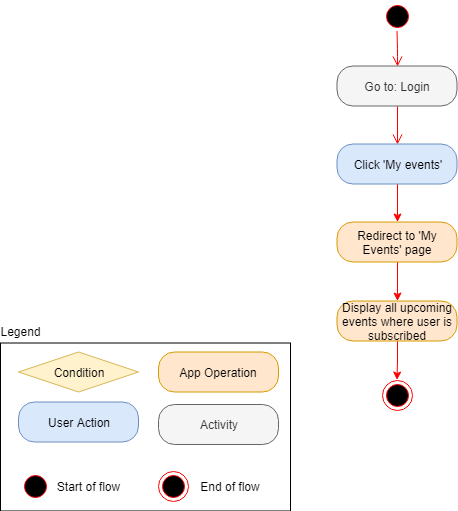
Earlier version of the draw.io export Documentation/Diagrams/Activity Diagram/Screenshots/Event Tracker - Activity Diagram - View My Events.png (Evdes/EventTracker). Source tidied: cells renumbered, new cells last; positions are measured from the earlier drawing's top-left corner, leaving out a move shared by most shapes. Source of this version:
```xml
<mxGraphModel>
  <root>
    <mxCell id="0" />
    <mxCell id="1" parent="0" />
    <mxCell id="2" value="Go to: Login" style="rounded=1;whiteSpace=wrap;html=1;arcSize=40;fontColor=#333333;fillColor=#f5f5f5;strokeColor=#666666;" parent="1" vertex="1">
      <mxGeometry x="336.5" y="64.5" width="120" height="40" as="geometry" />
    </mxCell>
    <mxCell id="3" style="edgeStyle=orthogonalEdgeStyle;html=1;align=left;verticalAlign=top;endArrow=open;endSize=8;strokeColor=#ff0000;entryX=0.5;entryY=0;entryDx=0;entryDy=0;exitX=0.5;exitY=1;exitDx=0;exitDy=0;" parent="1" edge="1" source="2" target="5">
      <mxGeometry x="-0.43" y="15" relative="1" as="geometry" />
    </mxCell>
    <mxCell id="4" style="edgeStyle=orthogonalEdgeStyle;rounded=0;jettySize=auto;html=1;strokeColor=#FF0000;" parent="1" edge="1" source="5" target="7">
      <mxGeometry relative="1" as="geometry" />
    </mxCell>
    <mxCell id="5" value="Click 'My events'" style="rounded=1;whiteSpace=wrap;html=1;arcSize=40;fillColor=#dae8fc;strokeColor=#6c8ebf;" parent="1" vertex="1">
      <mxGeometry x="336.5" y="142.5" width="120" height="40" as="geometry" />
    </mxCell>
    <mxCell id="6" style="edgeStyle=orthogonalEdgeStyle;rounded=0;jettySize=auto;html=1;strokeColor=#FF0000;" parent="1" edge="1" source="7" target="9">
      <mxGeometry relative="1" as="geometry" />
    </mxCell>
    <mxCell id="7" value="Redirect to 'My Events' page" style="rounded=1;whiteSpace=wrap;html=1;arcSize=40;fillColor=#ffe6cc;strokeColor=#d79b00;" parent="1" vertex="1">
      <mxGeometry x="336.5" y="220.5" width="120" height="40" as="geometry" />
    </mxCell>
    <mxCell id="8" style="edgeStyle=orthogonalEdgeStyle;rounded=0;jettySize=auto;html=1;strokeColor=#FF0000;" parent="1" edge="1" source="9" target="12">
      <mxGeometry relative="1" as="geometry" />
    </mxCell>
    <mxCell id="9" value="Display all upcoming events where user is subscribed" style="rounded=1;whiteSpace=wrap;html=1;arcSize=40;fillColor=#ffe6cc;strokeColor=#d79b00;" parent="1" vertex="1">
      <mxGeometry x="336.5" y="299.5" width="120" height="40" as="geometry" />
    </mxCell>
    <mxCell id="10" style="ellipse;html=1;shape=startState;fillColor=#000000;strokeColor=#ff0000;" parent="1" vertex="1">
      <mxGeometry x="381.5" y="-0.5" width="30" height="30" as="geometry" />
    </mxCell>
    <mxCell id="11" style="edgeStyle=orthogonalEdgeStyle;html=1;verticalAlign=bottom;endArrow=open;endSize=8;strokeColor=#ff0000;entryX=0.5;entryY=0;entryDx=0;entryDy=0;" parent="1" edge="1" source="10" target="2">
      <mxGeometry relative="1" as="geometry" />
    </mxCell>
    <mxCell id="12" style="ellipse;html=1;shape=endState;fillColor=#000000;strokeColor=#ff0000;" parent="1" vertex="1">
      <mxGeometry x="381.5" y="378.5" width="30" height="30" as="geometry" />
    </mxCell>
    <mxCell id="13" style="rounded=0;whiteSpace=wrap;html=1;fillColor=none;" parent="1" vertex="1">
      <mxGeometry y="341.5" width="290" height="168" as="geometry" />
    </mxCell>
    <mxCell id="14" value="User Action" style="rounded=1;whiteSpace=wrap;html=1;arcSize=40;fillColor=#dae8fc;strokeColor=#6c8ebf;" parent="1" vertex="1">
      <mxGeometry x="18" y="400.5" width="120" height="40" as="geometry" />
    </mxCell>
    <mxCell id="15" value="Legend" style="text;html=1;strokeColor=none;fillColor=none;align=center;verticalAlign=middle;whiteSpace=wrap;rounded=0;" parent="1" vertex="1">
      <mxGeometry y="319.5" width="40" height="20" as="geometry" />
    </mxCell>
    <mxCell id="16" value="Activity" style="rounded=1;whiteSpace=wrap;html=1;arcSize=40;fillColor=#f5f5f5;strokeColor=#666666;fontColor=#333333;" parent="1" vertex="1">
      <mxGeometry x="158" y="403" width="120" height="40" as="geometry" />
    </mxCell>
    <mxCell id="17" value="Condition" style="rhombus;whiteSpace=wrap;html=1;fillColor=#fff2cc;strokeColor=#d6b656;" parent="1" vertex="1">
      <mxGeometry x="18" y="350.5" width="120" height="40" as="geometry" />
    </mxCell>
    <mxCell id="18" value="App Operation" style="rounded=1;whiteSpace=wrap;html=1;arcSize=40;fillColor=#ffe6cc;strokeColor=#d79b00;" parent="1" vertex="1">
      <mxGeometry x="158" y="350.5" width="120" height="40" as="geometry" />
    </mxCell>
    <mxCell id="19" style="ellipse;html=1;shape=startState;fillColor=#000000;strokeColor=#ff0000;" parent="1" vertex="1">
      <mxGeometry x="20" y="469.5" width="30" height="30" as="geometry" />
    </mxCell>
    <mxCell id="20" style="ellipse;html=1;shape=endState;fillColor=#000000;strokeColor=#ff0000;" parent="1" vertex="1">
      <mxGeometry x="158" y="469.5" width="30" height="30" as="geometry" />
    </mxCell>
    <mxCell id="21" value="Start of flow" style="text;html=1;strokeColor=none;fillColor=none;align=center;verticalAlign=middle;whiteSpace=wrap;rounded=0;" parent="1" vertex="1">
      <mxGeometry x="50" y="474.5" width="75" height="20" as="geometry" />
    </mxCell>
    <mxCell id="22" value="End of flow" style="text;html=1;strokeColor=none;fillColor=none;align=center;verticalAlign=middle;whiteSpace=wrap;rounded=0;" parent="1" vertex="1">
      <mxGeometry x="195" y="474.5" width="70" height="20" as="geometry" />
    </mxCell>
  </root>
</mxGraphModel>
```
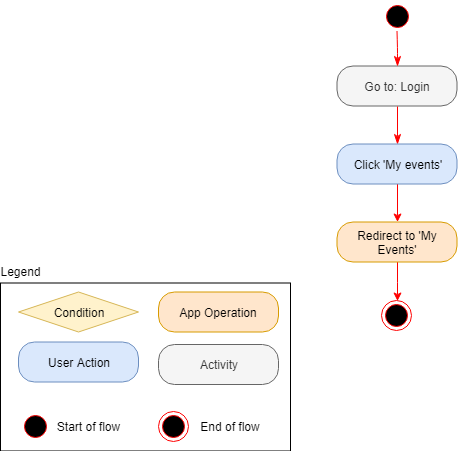
The same file after the commit.

The edit, as a diff of the source:
```diff
@@ -3,37 +3,33 @@
     <mxCell id="0" />
     <mxCell id="1" parent="0" />
     <mxCell id="2" value="Go to: Login" style="rounded=1;whiteSpace=wrap;html=1;arcSize=40;fontColor=#333333;fillColor=#f5f5f5;strokeColor=#666666;" parent="1" vertex="1">
-      <mxGeometry x="336.5" y="64.5" width="120" height="40" as="geometry" />
+      <mxGeometry x="336.5" y="124.5" width="120" height="40" as="geometry" />
     </mxCell>
-    <mxCell id="3" style="edgeStyle=orthogonalEdgeStyle;html=1;align=left;verticalAlign=top;endArrow=open;endSize=8;strokeColor=#ff0000;entryX=0.5;entryY=0;entryDx=0;entryDy=0;exitX=0.5;exitY=1;exitDx=0;exitDy=0;" parent="1" edge="1" source="2" target="5">
+    <mxCell id="3" style="edgeStyle=orthogonalEdgeStyle;html=1;align=left;verticalAlign=top;endArrow=classicThin;endSize=8;strokeColor=#ff0000;entryX=0.5;entryY=0;entryDx=0;entryDy=0;exitX=0.5;exitY=1;exitDx=0;exitDy=0;endFill=1;" parent="1" edge="1" source="2" target="5">
       <mxGeometry x="-0.43" y="15" relative="1" as="geometry" />
     </mxCell>
     <mxCell id="4" style="edgeStyle=orthogonalEdgeStyle;rounded=0;jettySize=auto;html=1;strokeColor=#FF0000;" parent="1" edge="1" source="5" target="7">
       <mxGeometry relative="1" as="geometry" />
     </mxCell>
     <mxCell id="5" value="Click 'My events'" style="rounded=1;whiteSpace=wrap;html=1;arcSize=40;fillColor=#dae8fc;strokeColor=#6c8ebf;" parent="1" vertex="1">
-      <mxGeometry x="336.5" y="142.5" width="120" height="40" as="geometry" />
+      <mxGeometry x="336.5" y="202.5" width="120" height="40" as="geometry" />
     </mxCell>
-    <mxCell id="6" style="edgeStyle=orthogonalEdgeStyle;rounded=0;jettySize=auto;html=1;strokeColor=#FF0000;" parent="1" edge="1" source="7" target="9">
-      <mxGeometry relative="1" as="geometry" />
+    <mxCell id="6" style="edgeStyle=orthogonalEdgeStyle;rounded=0;jettySize=auto;html=1;strokeColor=#FF0000;" parent="1" edge="1" source="7">
+      <mxGeometry relative="1" as="geometry">
+        <mxPoint x="397" y="359.5" as="targetPoint" />
+      </mxGeometry>
     </mxCell>
-    <mxCell id="7" value="Redirect to 'My Events' page" style="rounded=1;whiteSpace=wrap;html=1;arcSize=40;fillColor=#ffe6cc;strokeColor=#d79b00;" parent="1" vertex="1">
-      <mxGeometry x="336.5" y="220.5" width="120" height="40" as="geometry" />
+    <mxCell id="7" value="Redirect to 'My Events'" style="rounded=1;whiteSpace=wrap;html=1;arcSize=40;fillColor=#ffe6cc;strokeColor=#d79b00;" parent="1" vertex="1">
+      <mxGeometry x="336.5" y="280.5" width="120" height="40" as="geometry" />
     </mxCell>
-    <mxCell id="8" style="edgeStyle=orthogonalEdgeStyle;rounded=0;jettySize=auto;html=1;strokeColor=#FF0000;" parent="1" edge="1" source="9" target="12">
-      <mxGeometry relative="1" as="geometry" />
-    </mxCell>
-    <mxCell id="9" value="Display all upcoming events where user is subscribed" style="rounded=1;whiteSpace=wrap;html=1;arcSize=40;fillColor=#ffe6cc;strokeColor=#d79b00;" parent="1" vertex="1">
-      <mxGeometry x="336.5" y="299.5" width="120" height="40" as="geometry" />
-    </mxCell>
     <mxCell id="10" style="ellipse;html=1;shape=startState;fillColor=#000000;strokeColor=#ff0000;" parent="1" vertex="1">
-      <mxGeometry x="381.5" y="-0.5" width="30" height="30" as="geometry" />
+      <mxGeometry x="381.5" y="59.5" width="30" height="30" as="geometry" />
     </mxCell>
-    <mxCell id="11" style="edgeStyle=orthogonalEdgeStyle;html=1;verticalAlign=bottom;endArrow=open;endSize=8;strokeColor=#ff0000;entryX=0.5;entryY=0;entryDx=0;entryDy=0;" parent="1" edge="1" source="10" target="2">
+    <mxCell id="11" style="edgeStyle=orthogonalEdgeStyle;html=1;verticalAlign=bottom;endArrow=classicThin;endSize=8;strokeColor=#ff0000;entryX=0.5;entryY=0;entryDx=0;entryDy=0;endFill=1;" parent="1" edge="1" source="10" target="2">
       <mxGeometry relative="1" as="geometry" />
     </mxCell>
     <mxCell id="12" style="ellipse;html=1;shape=endState;fillColor=#000000;strokeColor=#ff0000;" parent="1" vertex="1">
-      <mxGeometry x="381.5" y="378.5" width="30" height="30" as="geometry" />
+      <mxGeometry x="380.5" y="358.5" width="30" height="30" as="geometry" />
     </mxCell>
     <mxCell id="13" style="rounded=0;whiteSpace=wrap;html=1;fillColor=none;" parent="1" vertex="1">
       <mxGeometry y="341.5" width="290" height="168" as="geometry" />
```
